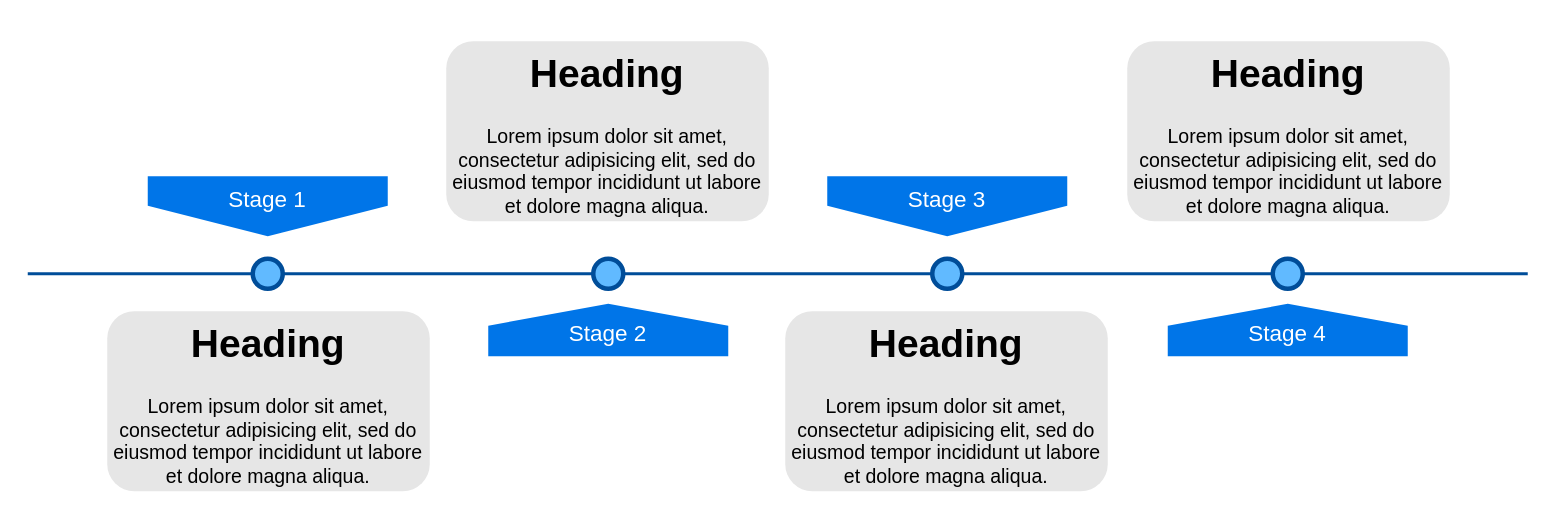
Earlier version of the draw.io diagram Untitled Diagram.drawio (amjad-dife/FlowCharts). Source tidied: cells renumbered, new cells numbered last; positions are measured from the earlier drawing's top-left corner, leaving out a move shared by most shapes. Both pictures are drawn from the tidied source at 150%, with x=0, y=0 at pixel (27, 40).
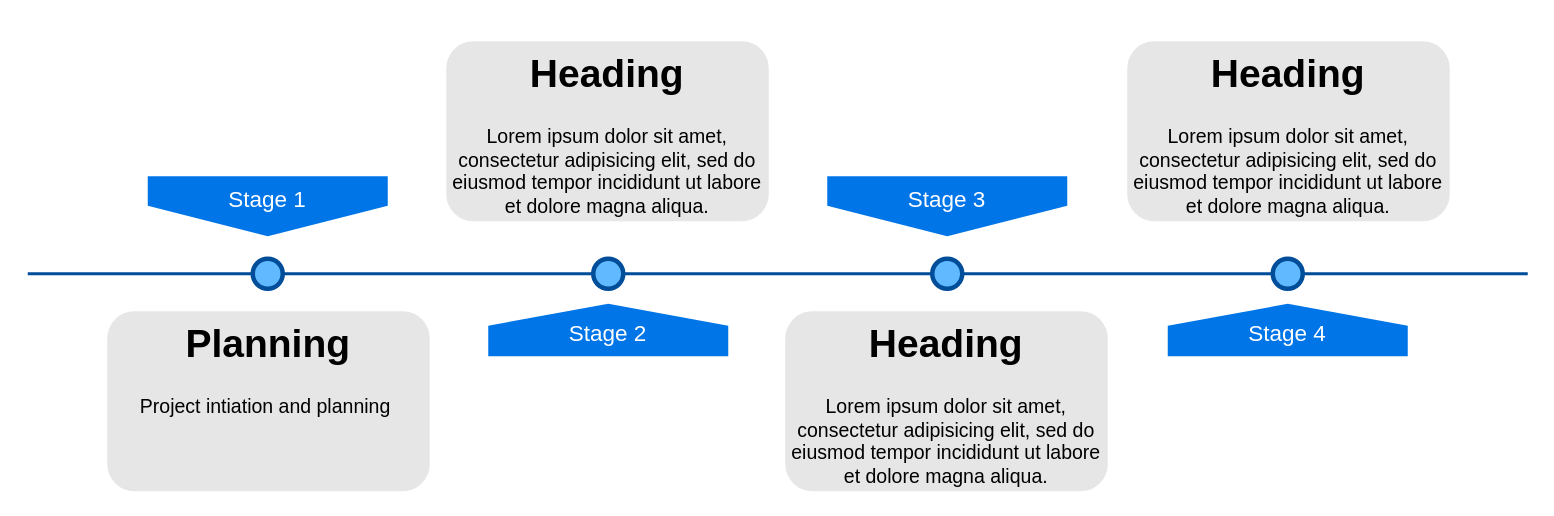
The same page after the edit.

Diff of the diagram source:
```diff
@@
 <mxGraphModel>
   <root>
     <mxCell id="0" />
     <mxCell id="1" parent="0" />
     <mxCell id="2" style="line;strokeWidth=2;html=1;fillColor=none;fontSize=28;fontColor=#004D99;strokeColor=#004D99;" parent="1" vertex="1">
       <mxGeometry y="150" width="1000" height="10" as="geometry" />
     </mxCell>
     <mxCell id="3" value="Stage 1" style="shape=offPageConnector;whiteSpace=wrap;html=1;fillColor=#0075E8;fontSize=15;fontColor=#FFFFFF;size=0.5093750000000015;verticalAlign=top;strokeColor=none;" parent="1" vertex="1">
       <mxGeometry x="80" y="90" width="160" height="40" as="geometry" />
     </mxCell>
     <mxCell id="4" value="&lt;span&gt;Stage 3&lt;/span&gt;" style="shape=offPageConnector;whiteSpace=wrap;html=1;fillColor=#0075E8;fontSize=15;fontColor=#FFFFFF;size=0.5093750000000015;verticalAlign=top;strokeColor=none;" parent="1" vertex="1">
       <mxGeometry x="533" y="90" width="160" height="40" as="geometry" />
     </mxCell>
     <mxCell id="5" value="&lt;span&gt;Stage 2&lt;/span&gt;" style="shape=offPageConnector;whiteSpace=wrap;html=1;fillColor=#0075E8;fontSize=15;fontColor=#FFFFFF;size=0.4178571428571445;flipV=1;verticalAlign=bottom;strokeColor=none;spacingBottom=4;" parent="1" vertex="1">
       <mxGeometry x="307" y="175" width="160" height="35" as="geometry" />
     </mxCell>
     <mxCell id="6" value="&lt;span&gt;Stage 4&lt;/span&gt;" style="shape=offPageConnector;whiteSpace=wrap;html=1;fillColor=#0075E8;fontSize=15;fontColor=#FFFFFF;size=0.4178571428571445;flipV=1;verticalAlign=bottom;strokeColor=none;spacingBottom=4;" parent="1" vertex="1">
       <mxGeometry x="760" y="175" width="160" height="35" as="geometry" />
     </mxCell>
     <mxCell id="7" style="ellipse;whiteSpace=wrap;html=1;fillColor=#61BAFF;fontSize=28;fontColor=#004D99;strokeWidth=3;strokeColor=#004D99;" parent="1" vertex="1">
       <mxGeometry x="150" y="145" width="20" height="20" as="geometry" />
     </mxCell>
     <mxCell id="8" style="ellipse;whiteSpace=wrap;html=1;fillColor=#61BAFF;fontSize=28;fontColor=#004D99;strokeWidth=3;strokeColor=#004D99;" parent="1" vertex="1">
       <mxGeometry x="377" y="145" width="20" height="20" as="geometry" />
     </mxCell>
     <mxCell id="9" style="ellipse;whiteSpace=wrap;html=1;fillColor=#61BAFF;fontSize=28;fontColor=#004D99;strokeWidth=3;strokeColor=#004D99;" parent="1" vertex="1">
       <mxGeometry x="603" y="145" width="20" height="20" as="geometry" />
     </mxCell>
     <mxCell id="10" style="ellipse;whiteSpace=wrap;html=1;fillColor=#61BAFF;fontSize=28;fontColor=#004D99;strokeWidth=3;strokeColor=#004D99;" parent="1" vertex="1">
       <mxGeometry x="830" y="145" width="20" height="20" as="geometry" />
     </mxCell>
-    <mxCell id="11" value="&lt;h1&gt;Heading&lt;/h1&gt;&lt;p&gt;Lorem ipsum dolor sit amet, consectetur adipisicing elit, sed do eiusmod tempor incididunt ut labore et dolore magna aliqua.&lt;/p&gt;" style="text;html=1;spacing=5;spacingTop=-20;whiteSpace=wrap;overflow=hidden;strokeColor=none;strokeWidth=3;fillColor=#E6E6E6;fontSize=13;fontColor=#000000;align=center;rounded=1;" parent="1" vertex="1">
+    <mxCell id="11" value="&lt;h1&gt;Planning&lt;/h1&gt;&lt;p&gt;Project intiation and planning&amp;nbsp;&lt;/p&gt;" style="text;html=1;spacing=5;spacingTop=-20;whiteSpace=wrap;overflow=hidden;strokeColor=none;strokeWidth=3;fillColor=#E6E6E6;fontSize=13;fontColor=#000000;align=center;rounded=1;" parent="1" vertex="1">
       <mxGeometry x="53" y="180" width="215" height="120" as="geometry" />
     </mxCell>
     <mxCell id="12" value="&lt;h1&gt;Heading&lt;/h1&gt;&lt;p&gt;Lorem ipsum dolor sit amet, consectetur adipisicing elit, sed do eiusmod tempor incididunt ut labore et dolore magna aliqua.&lt;/p&gt;" style="text;html=1;spacing=5;spacingTop=-20;whiteSpace=wrap;overflow=hidden;strokeColor=none;strokeWidth=3;fillColor=#E6E6E6;fontSize=13;fontColor=#000000;align=center;rounded=1;" parent="1" vertex="1">
       <mxGeometry x="279" width="215" height="120" as="geometry" />
     </mxCell>
     <mxCell id="13" value="&lt;h1&gt;Heading&lt;/h1&gt;&lt;p&gt;Lorem ipsum dolor sit amet, consectetur adipisicing elit, sed do eiusmod tempor incididunt ut labore et dolore magna aliqua.&lt;/p&gt;" style="text;html=1;spacing=5;spacingTop=-20;whiteSpace=wrap;overflow=hidden;strokeColor=none;strokeWidth=3;fillColor=#E6E6E6;fontSize=13;fontColor=#000000;align=center;rounded=1;" parent="1" vertex="1">
       <mxGeometry x="505" y="180" width="215" height="120" as="geometry" />
     </mxCell>
     <mxCell id="14" value="&lt;h1&gt;Heading&lt;/h1&gt;&lt;p&gt;Lorem ipsum dolor sit amet, consectetur adipisicing elit, sed do eiusmod tempor incididunt ut labore et dolore magna aliqua.&lt;/p&gt;" style="text;html=1;spacing=5;spacingTop=-20;whiteSpace=wrap;overflow=hidden;strokeColor=none;strokeWidth=3;fillColor=#E6E6E6;fontSize=13;fontColor=#000000;align=center;rounded=1;" parent="1" vertex="1">
       <mxGeometry x="733" width="215" height="120" as="geometry" />
     </mxCell>
   </root>
 </mxGraphModel>
```
